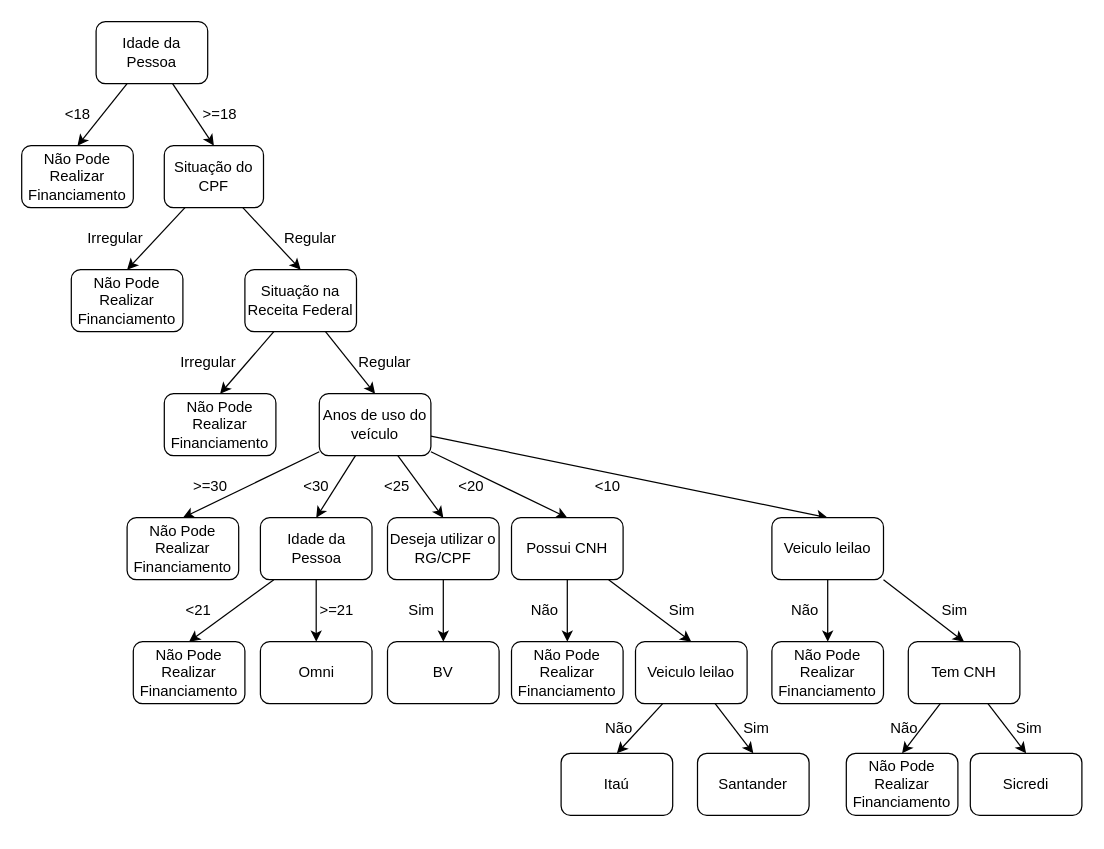
darkvictor13/Expert-System keeps this draw.io diagram as diagrams/1.drawio. Above is the earlier version. Source tidied: cells renumbered, new cells numbered last; positions are measured from the earlier drawing's top-left corner, leaving out a move shared by most shapes. Both pictures are drawn from the tidied source at 124%, with x=0, y=0 at pixel (21, 21).
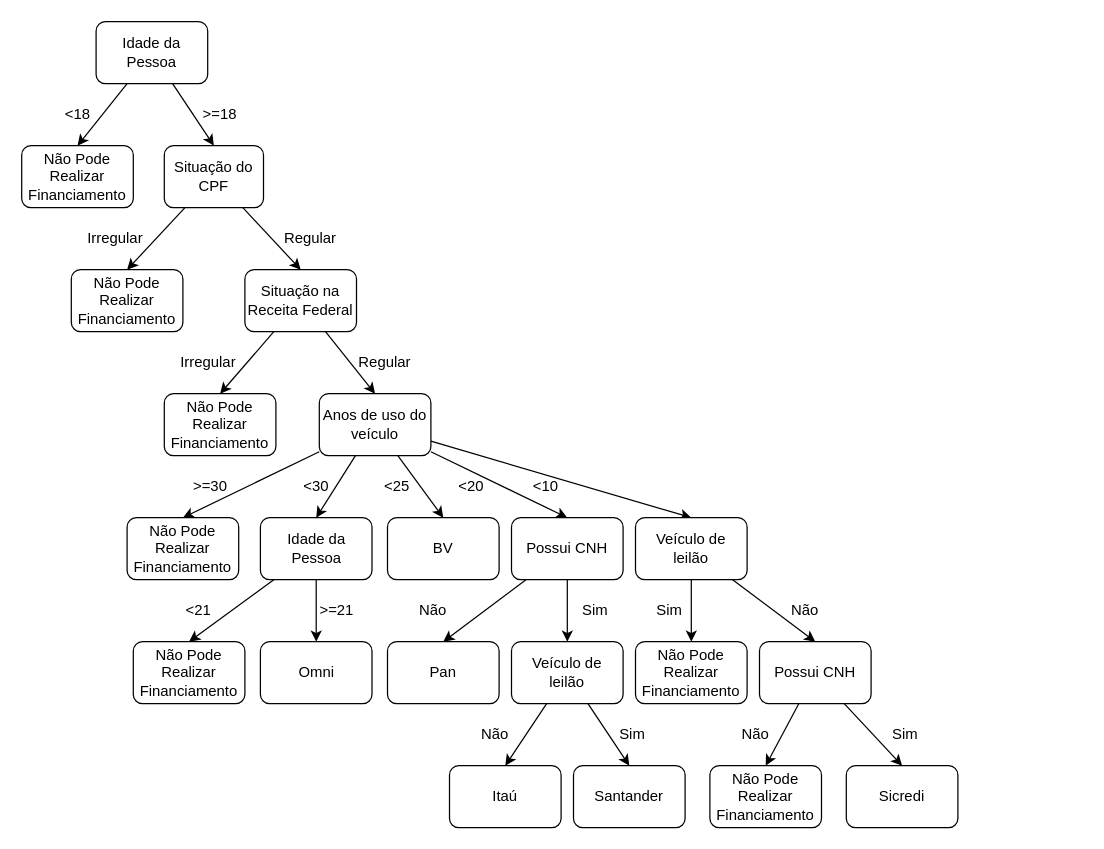
The same diagram, later.

The change refers to these unchanged cells:
```xml
<mxCell id="21" value="Anos de uso do veículo" style="rounded=1;whiteSpace=wrap;html=1;" parent="1" vertex="1">
  <mxGeometry x="240" y="300" width="90" height="50" as="geometry" />
</mxCell>
<mxCell id="26" value="Possui CNH" style="rounded=1;whiteSpace=wrap;html=1;" parent="1" vertex="1">
  <mxGeometry x="395" y="400" width="90" height="50" as="geometry" />
</mxCell>
```

What changed in the source:
```diff
@@
-    <mxCell id="16" style="edgeStyle=none;html=1;entryX=0.5;entryY=0;entryDx=0;entryDy=0;" parent="1" edge="1" source="21" target="26">
-      <mxGeometry relative="1" as="geometry" />
-    </mxCell>
-    <mxCell id="17" style="edgeStyle=none;html=1;entryX=0.5;entryY=0;entryDx=0;entryDy=0;" parent="1" edge="1" source="21" target="33">
-      <mxGeometry relative="1" as="geometry" />
-    </mxCell>
@@
+    <mxCell id="69" style="edgeStyle=none;html=1;entryX=0.5;entryY=0;entryDx=0;entryDy=0;" parent="1" edge="1" source="21" target="34">
+      <mxGeometry relative="1" as="geometry" />
+    </mxCell>
+    <mxCell id="16" style="edgeStyle=none;html=1;entryX=0.5;entryY=0;entryDx=0;entryDy=0;" parent="1" edge="1" source="21" target="26">
+      <mxGeometry relative="1" as="geometry" />
+    </mxCell>
@@
-    <mxCell id="24" style="edgeStyle=none;html=1;entryX=0.5;entryY=0;entryDx=0;entryDy=0;" parent="1" edge="1" source="26" target="36">
-      <mxGeometry relative="1" as="geometry" />
-    </mxCell>
+    <mxCell id="70" style="edgeStyle=none;html=1;entryX=0.5;entryY=0;entryDx=0;entryDy=0;" parent="1" edge="1" source="26" target="71">
+      <mxGeometry relative="1" as="geometry" />
+    </mxCell>
@@
-    <mxCell id="32" style="edgeStyle=none;html=1;entryX=0.5;entryY=0;entryDx=0;entryDy=0;" parent="1" edge="1" source="33" target="34">
-      <mxGeometry relative="1" as="geometry" />
-    </mxCell>
-    <mxCell id="33" value="Deseja utilizar o RG/CPF" style="rounded=1;whiteSpace=wrap;html=1;" parent="1" vertex="1">
-      <mxGeometry x="295" y="400" width="90" height="50" as="geometry" />
-    </mxCell>
     <mxCell id="34" value="BV" style="rounded=1;whiteSpace=wrap;html=1;" parent="1" vertex="1">
-      <mxGeometry x="295" y="500" width="90" height="50" as="geometry" />
+      <mxGeometry x="295" y="400" width="90" height="50" as="geometry" />
     </mxCell>
-    <mxCell id="35" value="Sim" style="text;html=1;strokeColor=none;fillColor=none;align=right;verticalAlign=middle;whiteSpace=wrap;rounded=0;" parent="1" vertex="1">
-      <mxGeometry x="305" y="460" width="30" height="30" as="geometry" />
-    </mxCell>
-    <mxCell id="36" value="Não Pode Realizar Financiamento" style="rounded=1;whiteSpace=wrap;html=1;" parent="1" vertex="1">
-      <mxGeometry x="395" y="500" width="90" height="50" as="geometry" />
-    </mxCell>
-    <mxCell id="37" value="Não" style="text;html=1;strokeColor=none;fillColor=none;align=right;verticalAlign=middle;whiteSpace=wrap;rounded=0;" parent="1" vertex="1">
-      <mxGeometry x="405" y="460" width="30" height="30" as="geometry" />
-    </mxCell>
@@
-    <mxCell id="40" value="Veiculo leilao" style="rounded=1;whiteSpace=wrap;html=1;" parent="1" vertex="1">
-      <mxGeometry x="495" y="500" width="90" height="50" as="geometry" />
+    <mxCell id="40" value="Veículo de&lt;br&gt;leilão" style="rounded=1;whiteSpace=wrap;html=1;" parent="1" vertex="1">
+      <mxGeometry x="395" y="500" width="90" height="50" as="geometry" />
     </mxCell>
     <mxCell id="41" value="Sim" style="text;html=1;strokeColor=none;fillColor=none;align=right;verticalAlign=middle;whiteSpace=wrap;rounded=0;" parent="1" vertex="1">
-      <mxGeometry x="515" y="460" width="30" height="30" as="geometry" />
+      <mxGeometry x="475" y="560" width="30" height="30" as="geometry" />
     </mxCell>
     <mxCell id="42" value="Itaú" style="rounded=1;whiteSpace=wrap;html=1;" parent="1" vertex="1">
-      <mxGeometry x="435" y="590" width="90" height="50" as="geometry" />
+      <mxGeometry x="345" y="600" width="90" height="50" as="geometry" />
     </mxCell>
@@
-    <mxCell id="53" style="edgeStyle=none;html=1;exitX=1;exitY=1;exitDx=0;exitDy=0;entryX=0.5;entryY=0;entryDx=0;entryDy=0;" parent="1" edge="1" source="54" target="60">
+    <mxCell id="53" style="edgeStyle=none;html=1;entryX=0.5;entryY=0;entryDx=0;entryDy=0;" parent="1" edge="1" source="54" target="60">
       <mxGeometry relative="1" as="geometry" />
     </mxCell>
-    <mxCell id="54" value="Veiculo leilao" style="rounded=1;whiteSpace=wrap;html=1;" parent="1" vertex="1">
-      <mxGeometry x="605" y="400" width="90" height="50" as="geometry" />
+    <mxCell id="54" value="Veículo de&lt;br&gt;leilão" style="rounded=1;whiteSpace=wrap;html=1;" parent="1" vertex="1">
+      <mxGeometry x="495" y="400" width="90" height="50" as="geometry" />
     </mxCell>
     <mxCell id="55" value="&amp;lt;10" style="text;html=1;strokeColor=none;fillColor=none;align=right;verticalAlign=middle;whiteSpace=wrap;rounded=0;" parent="1" vertex="1">
-      <mxGeometry x="455" y="360" width="30" height="30" as="geometry" />
+      <mxGeometry x="405" y="360" width="30" height="30" as="geometry" />
     </mxCell>
     <mxCell id="56" value="Não Pode Realizar Financiamento" style="rounded=1;whiteSpace=wrap;html=1;" parent="1" vertex="1">
-      <mxGeometry x="605" y="500" width="90" height="50" as="geometry" />
+      <mxGeometry x="495" y="500" width="90" height="50" as="geometry" />
     </mxCell>
@@
-    <mxCell id="60" value="Tem CNH" style="rounded=1;whiteSpace=wrap;html=1;" parent="1" vertex="1">
-      <mxGeometry x="715" y="500" width="90" height="50" as="geometry" />
+    <mxCell id="60" value="Possui CNH" style="rounded=1;whiteSpace=wrap;html=1;" parent="1" vertex="1">
+      <mxGeometry x="595" y="500" width="90" height="50" as="geometry" />
     </mxCell>
     <mxCell id="61" value="Sim" style="text;html=1;strokeColor=none;fillColor=none;align=right;verticalAlign=middle;whiteSpace=wrap;rounded=0;" parent="1" vertex="1">
-      <mxGeometry x="735" y="460" width="30" height="30" as="geometry" />
+      <mxGeometry x="505" y="460" width="30" height="30" as="geometry" />
     </mxCell>
     <mxCell id="62" value="Não Pode Realizar Financiamento" style="rounded=1;whiteSpace=wrap;html=1;" parent="1" vertex="1">
-      <mxGeometry x="665" y="590" width="90" height="50" as="geometry" />
+      <mxGeometry x="555" y="600" width="90" height="50" as="geometry" />
     </mxCell>
     <mxCell id="63" value="Sicredi" style="rounded=1;whiteSpace=wrap;html=1;" parent="1" vertex="1">
-      <mxGeometry x="765" y="590" width="90" height="50" as="geometry" />
+      <mxGeometry x="665" y="600" width="90" height="50" as="geometry" />
     </mxCell>
     <mxCell id="64" value="Não" style="text;html=1;strokeColor=none;fillColor=none;align=right;verticalAlign=middle;whiteSpace=wrap;rounded=0;" parent="1" vertex="1">
-      <mxGeometry x="695" y="555" width="30" height="30" as="geometry" />
+      <mxGeometry x="575" y="560" width="30" height="30" as="geometry" />
     </mxCell>
     <mxCell id="65" value="Sim" style="text;html=1;strokeColor=none;fillColor=none;align=right;verticalAlign=middle;whiteSpace=wrap;rounded=0;" parent="1" vertex="1">
-      <mxGeometry x="795" y="555" width="30" height="30" as="geometry" />
+      <mxGeometry x="695" y="560" width="30" height="30" as="geometry" />
     </mxCell>
     <mxCell id="66" value="Santander" style="rounded=1;whiteSpace=wrap;html=1;" parent="1" vertex="1">
-      <mxGeometry x="545" y="590" width="90" height="50" as="geometry" />
+      <mxGeometry x="445" y="600" width="90" height="50" as="geometry" />
     </mxCell>
-    <mxCell id="67" value="Sim" style="text;html=1;strokeColor=none;fillColor=none;align=right;verticalAlign=middle;whiteSpace=wrap;rounded=0;" parent="1" vertex="1">
-      <mxGeometry x="575" y="555" width="30" height="30" as="geometry" />
-    </mxCell>
     <mxCell id="68" value="Não" style="text;html=1;strokeColor=none;fillColor=none;align=right;verticalAlign=middle;whiteSpace=wrap;rounded=0;" parent="1" vertex="1">
-      <mxGeometry x="465" y="555" width="30" height="30" as="geometry" />
+      <mxGeometry x="365" y="560" width="30" height="30" as="geometry" />
     </mxCell>
+    <mxCell id="71" value="Pan" style="rounded=1;whiteSpace=wrap;html=1;" parent="1" vertex="1">
+      <mxGeometry x="295" y="500" width="90" height="50" as="geometry" />
+    </mxCell>
+    <mxCell id="72" value="Sim" style="text;html=1;strokeColor=none;fillColor=none;align=right;verticalAlign=middle;whiteSpace=wrap;rounded=0;" parent="1" vertex="1">
+      <mxGeometry x="445" y="460" width="30" height="30" as="geometry" />
+    </mxCell>
+    <mxCell id="37" value="Não" style="text;html=1;strokeColor=none;fillColor=none;align=right;verticalAlign=middle;whiteSpace=wrap;rounded=0;" parent="1" vertex="1">
+      <mxGeometry x="315" y="460" width="30" height="30" as="geometry" />
+    </mxCell>
```
